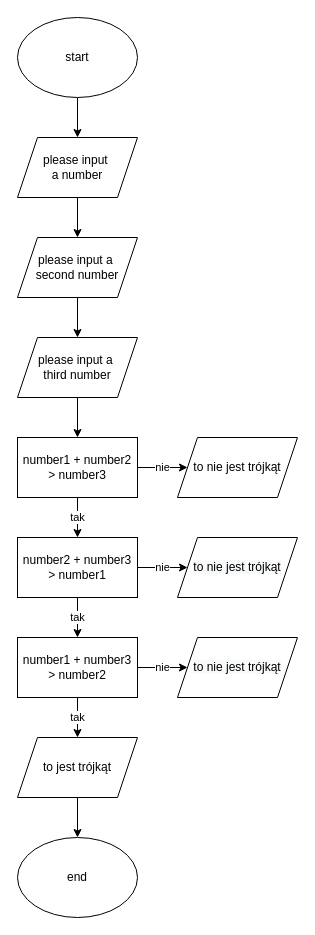
The draw.io diagram algorithm.drawio in kociumba/algorithm, before the edit. Source tidied: cells renumbered, new cells numbered last; positions are measured from the earlier drawing's top-left corner, leaving out a move shared by most shapes. Both pictures are drawn from the tidied source at 100%, with x=0, y=0 at pixel (17, 17).
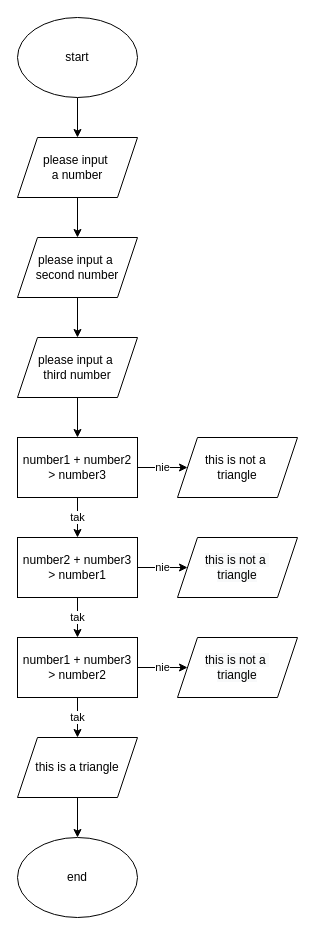
Above is the later version.

Change to the diagram source:
```diff
@@
-    <mxCell id="13" value="to nie jest trójkąt" style="shape=parallelogram;perimeter=parallelogramPerimeter;whiteSpace=wrap;html=1;fixedSize=1;shadow=0;glass=0;fillColor=#ffffff;gradientColor=none;" parent="1" vertex="1">
+    <mxCell id="13" value="this is not a&amp;nbsp;&lt;br&gt;triangle" style="shape=parallelogram;perimeter=parallelogramPerimeter;whiteSpace=wrap;html=1;fixedSize=1;shadow=0;glass=0;fillColor=#ffffff;gradientColor=none;" parent="1" vertex="1">
       <mxGeometry x="160" y="420" width="120" height="60" as="geometry" />
     </mxCell>
@@
-    <mxCell id="17" value="&#10;&#10;&lt;span style=&quot;color: rgb(0, 0, 0); font-family: helvetica; font-size: 12px; font-style: normal; font-weight: 400; letter-spacing: normal; text-align: center; text-indent: 0px; text-transform: none; word-spacing: 0px; background-color: rgb(248, 249, 250); display: inline; float: none;&quot;&gt;to nie jest trójkąt&lt;/span&gt;&#10;&#10;" style="shape=parallelogram;perimeter=parallelogramPerimeter;whiteSpace=wrap;html=1;fixedSize=1;shadow=0;glass=0;fillColor=#ffffff;gradientColor=none;" parent="1" vertex="1">
+    <mxCell id="17" value="&#10;&#10;&lt;span style=&quot;color: rgb(0, 0, 0); font-family: helvetica; font-size: 12px; font-style: normal; font-weight: 400; letter-spacing: normal; text-align: center; text-indent: 0px; text-transform: none; word-spacing: 0px; background-color: rgb(248, 249, 250); display: inline; float: none;&quot;&gt;this is not a&amp;nbsp;&lt;/span&gt;&lt;br style=&quot;color: rgb(0, 0, 0); font-family: helvetica; font-size: 12px; font-style: normal; font-weight: 400; letter-spacing: normal; text-align: center; text-indent: 0px; text-transform: none; word-spacing: 0px; background-color: rgb(248, 249, 250);&quot;&gt;&lt;span style=&quot;color: rgb(0, 0, 0); font-family: helvetica; font-size: 12px; font-style: normal; font-weight: 400; letter-spacing: normal; text-align: center; text-indent: 0px; text-transform: none; word-spacing: 0px; background-color: rgb(248, 249, 250); display: inline; float: none;&quot;&gt;triangle&lt;/span&gt;&#10;&#10;" style="shape=parallelogram;perimeter=parallelogramPerimeter;whiteSpace=wrap;html=1;fixedSize=1;shadow=0;glass=0;fillColor=#ffffff;gradientColor=none;" parent="1" vertex="1">
       <mxGeometry x="160" y="520" width="120" height="60" as="geometry" />
     </mxCell>
@@
-    <mxCell id="21" value="&#10;&#10;&lt;span style=&quot;color: rgb(0, 0, 0); font-family: helvetica; font-size: 12px; font-style: normal; font-weight: 400; letter-spacing: normal; text-align: center; text-indent: 0px; text-transform: none; word-spacing: 0px; background-color: rgb(248, 249, 250); display: inline; float: none;&quot;&gt;to nie jest trójkąt&lt;/span&gt;&#10;&#10;" style="shape=parallelogram;perimeter=parallelogramPerimeter;whiteSpace=wrap;html=1;fixedSize=1;shadow=0;glass=0;fillColor=#ffffff;gradientColor=none;" parent="1" vertex="1">
+    <mxCell id="21" value="&#10;&#10;&lt;span style=&quot;color: rgb(0, 0, 0); font-family: helvetica; font-size: 12px; font-style: normal; font-weight: 400; letter-spacing: normal; text-align: center; text-indent: 0px; text-transform: none; word-spacing: 0px; background-color: rgb(248, 249, 250); display: inline; float: none;&quot;&gt;this is not a&amp;nbsp;&lt;/span&gt;&lt;br style=&quot;color: rgb(0, 0, 0); font-family: helvetica; font-size: 12px; font-style: normal; font-weight: 400; letter-spacing: normal; text-align: center; text-indent: 0px; text-transform: none; word-spacing: 0px; background-color: rgb(248, 249, 250);&quot;&gt;&lt;span style=&quot;color: rgb(0, 0, 0); font-family: helvetica; font-size: 12px; font-style: normal; font-weight: 400; letter-spacing: normal; text-align: center; text-indent: 0px; text-transform: none; word-spacing: 0px; background-color: rgb(248, 249, 250); display: inline; float: none;&quot;&gt;triangle&lt;/span&gt;&#10;&#10;" style="shape=parallelogram;perimeter=parallelogramPerimeter;whiteSpace=wrap;html=1;fixedSize=1;shadow=0;glass=0;fillColor=#ffffff;gradientColor=none;" parent="1" vertex="1">
       <mxGeometry x="160" y="620" width="120" height="60" as="geometry" />
     </mxCell>
@@
-    <mxCell id="23" value="to jest trójkąt" style="shape=parallelogram;perimeter=parallelogramPerimeter;whiteSpace=wrap;html=1;fixedSize=1;shadow=0;glass=0;fillColor=#ffffff;gradientColor=none;" parent="1" vertex="1">
+    <mxCell id="23" value="this is a triangle" style="shape=parallelogram;perimeter=parallelogramPerimeter;whiteSpace=wrap;html=1;fixedSize=1;shadow=0;glass=0;fillColor=#ffffff;gradientColor=none;" parent="1" vertex="1">
       <mxGeometry y="720" width="120" height="60" as="geometry" />
     </mxCell>
```
